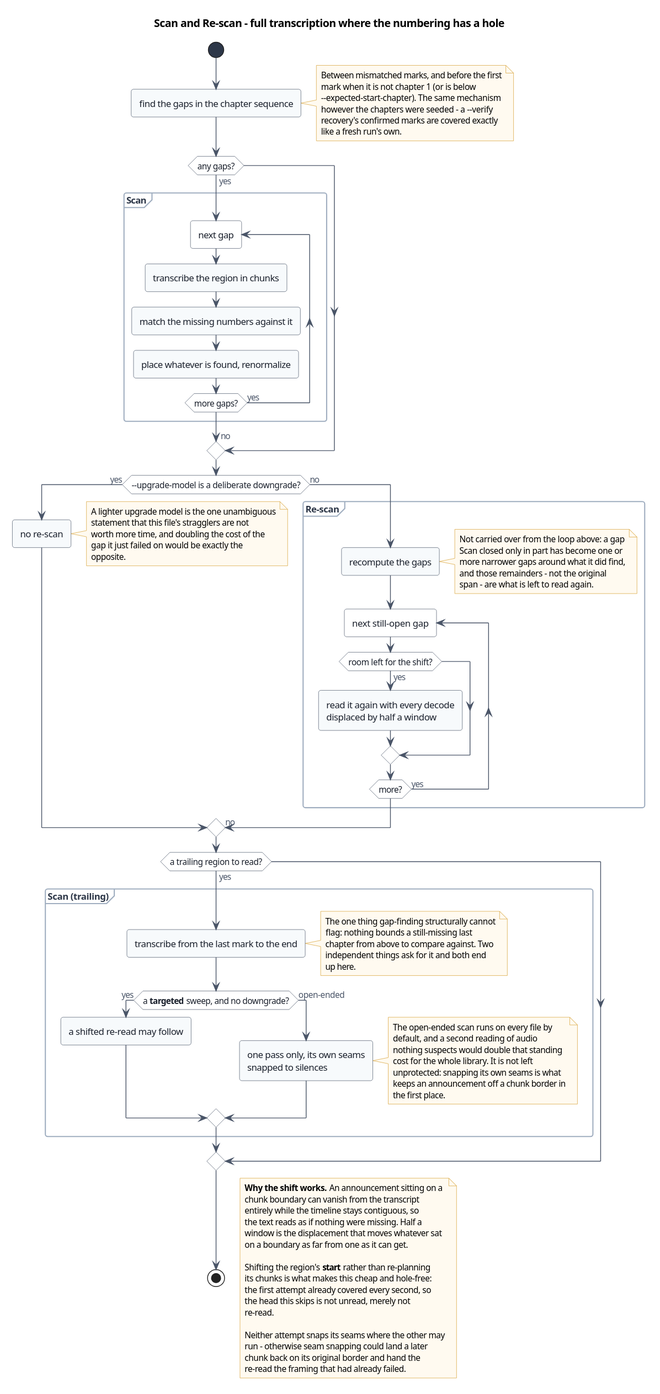
Earlier version of the PlantUML export doc/diagrams/activity-phase-scan.svg (Inguiotar/ABChapterize). Source of this version:
```plantuml
@startuml
!include _style.iuml
title Scan and Re-scan - full transcription where the numbering has a hole

start
:find the gaps in the chapter sequence;
note right
  Between mismatched marks, and before the first
  mark when it is not chapter 1 (or is below
  ~--expected-start-chapter). The same mechanism
  however the chapters were seeded - a ~--verify
  recovery's confirmed marks are covered exactly
  like a fresh run's own.
end note

if (any gaps?) then (yes)
  partition "Scan" {
    repeat :next gap;
      :transcribe the region in chunks;
      :match the missing numbers against it;
      :place whatever is found, renormalize;
    repeat while (more gaps?) is (yes)
    ->no;
  }
endif

if (~--upgrade-model is a deliberate downgrade?) then (yes)
  :no re-scan;
  note right
    A lighter upgrade model is the one unambiguous
    statement that this file's stragglers are not
    worth more time, and doubling the cost of the
    gap it just failed on would be exactly the
    opposite.
  end note
else (no)
  partition "Re-scan" {
    :recompute the gaps;
    note right
      Not carried over from the loop above: a gap
      Scan closed only in part has become one or
      more narrower gaps around what it did find,
      and those remainders - not the original
      span - are what is left to read again.
    end note
    repeat :next still-open gap;
      if (room left for the shift?) then (yes)
        :read it again with every decode\ndisplaced by half a window;
      endif
    repeat while (more?) is (yes)
    ->no;
  }
endif

if (a trailing region to read?) then (yes)
  partition "Scan (trailing)" {
    :transcribe from the last mark to the end;
    note right
      The one thing gap-finding structurally cannot
      flag: nothing bounds a still-missing last
      chapter from above to compare against. Two
      independent things ask for it and both end
      up here.
    end note
    if (a **targeted** sweep, and no downgrade?) then (yes)
      :a shifted re-read may follow;
    else (open-ended)
      :one pass only, its own seams\nsnapped to silences;
      note right
        The open-ended scan runs on every file by
        default, and a second reading of audio
        nothing suspects would double that standing
        cost for the whole library. It is not left
        unprotected: snapping its own seams is what
        keeps an announcement off a chunk border in
        the first place.
      end note
    endif
  }
endif
stop

floating note right
  <b>Why the shift works.</b> An announcement sitting on a
  chunk boundary can vanish from the transcript
  entirely while the timeline stays contiguous, so
  the text reads as if nothing were missing. Half a
  window is the displacement that moves whatever sat
  on a boundary as far from one as it can get.

  Shifting the region's **start** rather than re-planning
  its chunks is what makes this cheap and hole-free:
  the first attempt already covered every second, so
  the head this skips is not unread, merely not
  re-read.

  Neither attempt snaps its seams where the other may
  run - otherwise seam snapping could land a later
  chunk back on its original border and hand the
  re-read the framing that had already failed.
end note
@enduml
```
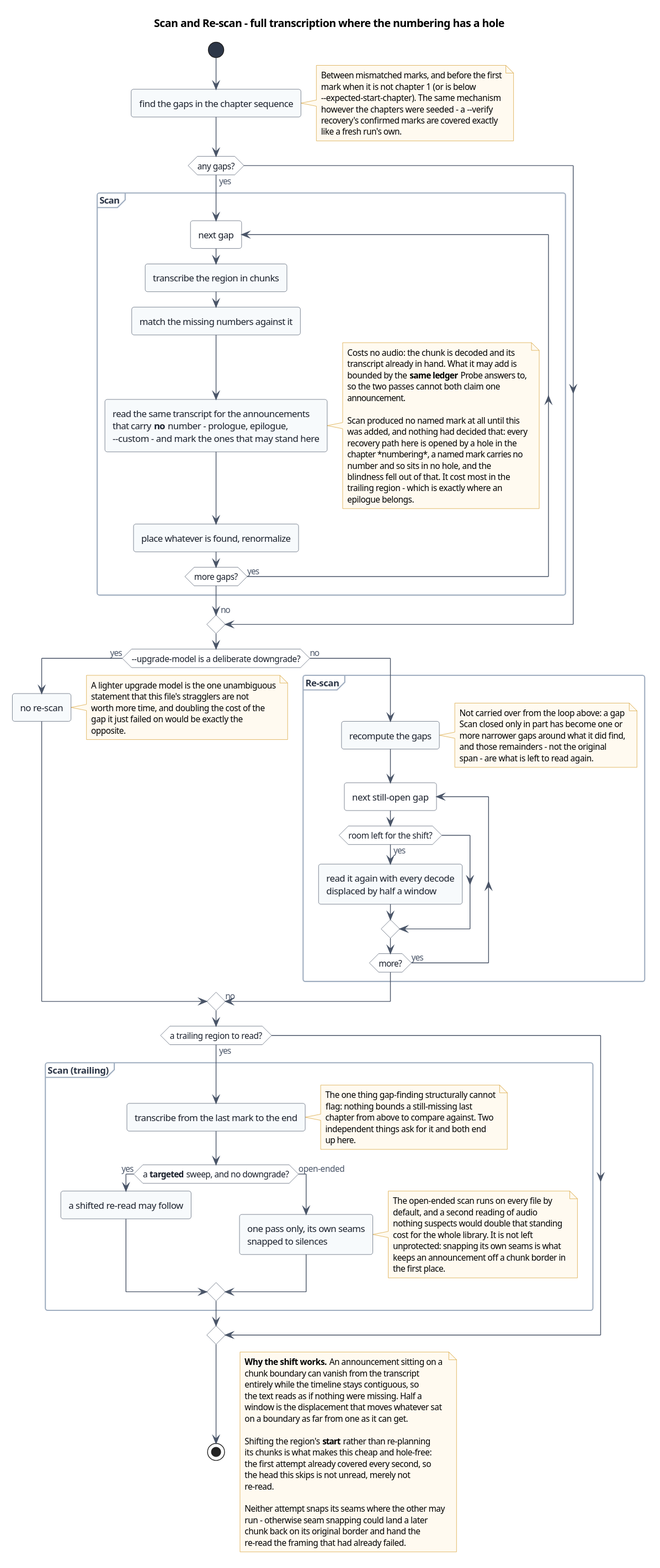
After the commit.

Change to the diagram source:
```diff
@@ -18,6 +18,23 @@
     repeat :next gap;
       :transcribe the region in chunks;
       :match the missing numbers against it;
+      :read the same transcript for the announcements\nthat carry **no** number - prologue, epilogue,\n~--custom - and mark the ones that may stand here;
+      note right
+        Costs no audio: the chunk is decoded and its
+        transcript already in hand. What it may add is
+        bounded by the **same ledger** Probe answers to,
+        so the two passes cannot both claim one
+        announcement.
+
+        Scan produced no named mark at all until this
+        was added, and nothing had decided that: every
+        recovery path here is opened by a hole in the
+        chapter *numbering*, a named mark carries no
+        number and so sits in no hole, and the
+        blindness fell out of that. It cost most in the
+        trailing region - which is exactly where an
+        epilogue belongs.
+      end note
       :place whatever is found, renormalize;
     repeat while (more gaps?) is (yes)
     ->no;
```
